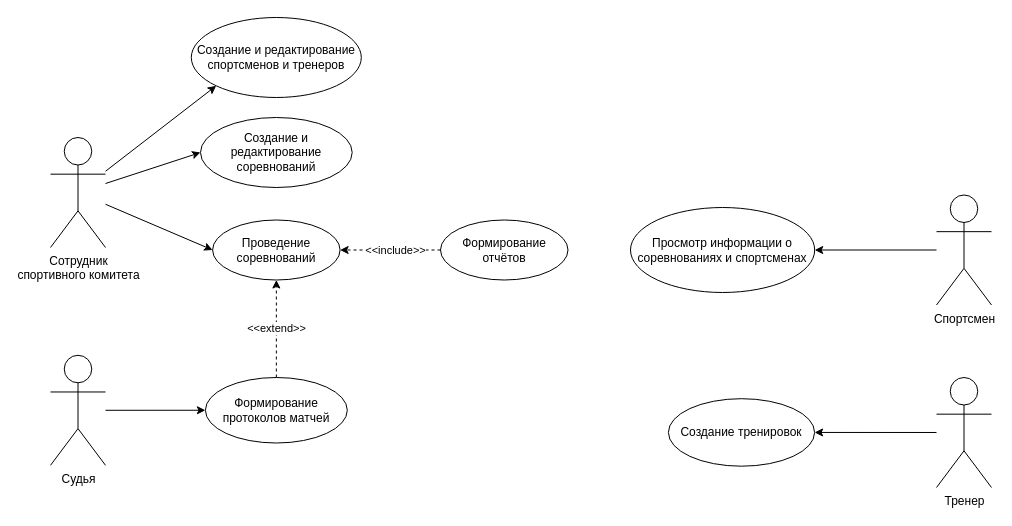
Above: page "Вариантов" (5 of 10) of Диаграммы ИС «Спортивный комитет».drawio in antonch985/Education (draw.io), before the change. Source tidied: cells renumbered, new cells numbered last; positions are measured from the earlier drawing's top-left corner, leaving out a move shared by most shapes. Both pictures are drawn from the tidied source at 100%, with x=0, y=0 at pixel (50, 17).
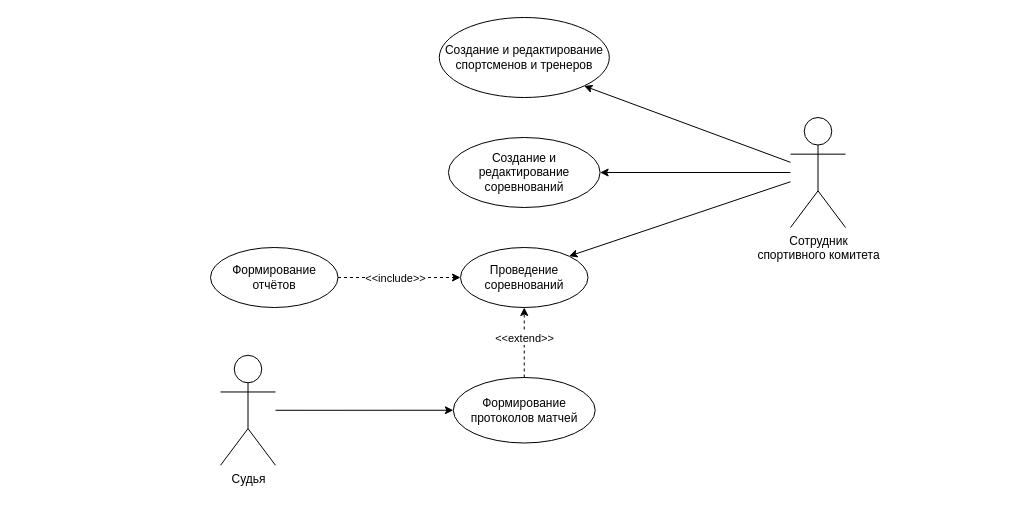
After the change.

Change to the diagram source:
```diff
@@
-    <mxCell id="2" style="rounded=0;jettySize=auto;html=1;entryX=0;entryY=1;entryDx=0;entryDy=0;" parent="1" edge="1" source="4" target="7">
+    <mxCell id="2" style="rounded=0;jettySize=auto;html=1;entryX=1;entryY=1;entryDx=0;entryDy=0;" parent="1" edge="1" source="4" target="7">
       <mxGeometry relative="1" as="geometry" />
     </mxCell>
-    <mxCell id="3" style="rounded=0;jettySize=auto;html=1;entryX=0;entryY=0.5;entryDx=0;entryDy=0;" parent="1" edge="1" source="4" target="8">
+    <mxCell id="3" style="rounded=0;jettySize=auto;html=1;entryX=1;entryY=0.5;entryDx=0;entryDy=0;" parent="1" edge="1" source="4" target="8">
       <mxGeometry relative="1" as="geometry" />
     </mxCell>
     <mxCell id="4" value="Сотрудник&lt;div&gt;спортивного комитета&lt;/div&gt;" style="shape=umlActor;verticalLabelPosition=bottom;verticalAlign=top;html=1;outlineConnect=0;" parent="1" vertex="1">
-      <mxGeometry y="120" width="55" height="110" as="geometry" />
+      <mxGeometry x="740" y="100" width="55" height="110" as="geometry" />
     </mxCell>
-    <mxCell id="5" style="rounded=0;jettySize=auto;html=1;entryX=1;entryY=0.5;entryDx=0;entryDy=0;" parent="1" edge="1" source="16" target="6">
-      <mxGeometry relative="1" as="geometry" />
-    </mxCell>
-    <mxCell id="6" value="Просмотр информации о соревнованиях и спортсменах" style="ellipse;whiteSpace=wrap;html=1;" parent="1" vertex="1">
-      <mxGeometry x="580" y="190" width="184.2" height="85" as="geometry" />
-    </mxCell>
     <mxCell id="7" value="Создание и редактирование спортсменов и тренеров" style="ellipse;whiteSpace=wrap;html=1;" parent="1" vertex="1">
-      <mxGeometry x="140.8" width="170" height="80" as="geometry" />
+      <mxGeometry x="388.8" width="170" height="80" as="geometry" />
     </mxCell>
     <mxCell id="8" value="Создание и редактирование соревнований" style="ellipse;whiteSpace=wrap;html=1;" parent="1" vertex="1">
-      <mxGeometry x="150" y="100" width="151.7" height="70" as="geometry" />
+      <mxGeometry x="397.9" y="120" width="151.7" height="70" as="geometry" />
     </mxCell>
@@
     <mxCell id="10" value="Судья" style="shape=umlActor;verticalLabelPosition=bottom;verticalAlign=top;html=1;outlineConnect=0;" parent="1" vertex="1">
-      <mxGeometry y="337.8" width="55" height="110" as="geometry" />
+      <mxGeometry x="170" y="337.8" width="55" height="110" as="geometry" />
     </mxCell>
     <mxCell id="11" value="Формирование&lt;div&gt;протоколов матчей&lt;/div&gt;" style="ellipse;whiteSpace=wrap;html=1;" parent="1" vertex="1">
-      <mxGeometry x="154.9" y="360" width="141.9" height="65.5" as="geometry" />
+      <mxGeometry x="402.8" y="360" width="141.9" height="65.5" as="geometry" />
     </mxCell>
-    <mxCell id="12" style="edgeStyle=none;rounded=0;jettySize=auto;html=1;entryX=1;entryY=0.5;entryDx=0;entryDy=0;dashed=1;" parent="1" edge="1" source="14" target="19">
+    <mxCell id="12" style="edgeStyle=none;rounded=0;jettySize=auto;html=1;entryX=0;entryY=0.5;entryDx=0;entryDy=0;dashed=1;" parent="1" edge="1" source="14" target="19">
       <mxGeometry relative="1" as="geometry" />
     </mxCell>
     <mxCell id="13" value="&amp;lt;&amp;lt;include&amp;gt;&amp;gt;" style="edgeLabel;html=1;align=center;verticalAlign=middle;" parent="12" vertex="1">
       <mxGeometry x="0.3" y="1" relative="1" as="geometry">
-        <mxPoint x="19" y="-1" as="offset" />
+        <mxPoint x="-23" y="1" as="offset" />
       </mxGeometry>
     </mxCell>
     <mxCell id="14" value="Формирование отчётов" style="ellipse;whiteSpace=wrap;html=1;" parent="1" vertex="1">
-      <mxGeometry x="390" y="202.5" width="127.5" height="60" as="geometry" />
+      <mxGeometry x="160" y="230" width="127.5" height="60" as="geometry" />
     </mxCell>
-    <mxCell id="15" style="rounded=0;jettySize=auto;html=1;entryX=0;entryY=0.5;entryDx=0;entryDy=0;" parent="1" edge="1" source="4" target="19">
+    <mxCell id="15" style="rounded=0;jettySize=auto;html=1;entryX=1;entryY=0;entryDx=0;entryDy=0;" parent="1" edge="1" source="4" target="19">
       <mxGeometry relative="1" as="geometry" />
     </mxCell>
-    <mxCell id="16" value="Спортсмен" style="shape=umlActor;verticalLabelPosition=bottom;verticalAlign=top;html=1;outlineConnect=0;" parent="1" vertex="1">
-      <mxGeometry x="886" y="177.5" width="55" height="110" as="geometry" />
-    </mxCell>
@@
     <mxCell id="19" value="Проведение соревнований" style="ellipse;whiteSpace=wrap;html=1;" parent="1" vertex="1">
-      <mxGeometry x="162.1" y="202.5" width="127.5" height="60" as="geometry" />
+      <mxGeometry x="410" y="230" width="127.5" height="60" as="geometry" />
     </mxCell>
-    <mxCell id="20" style="rounded=0;jettySize=auto;html=1;entryX=1;entryY=0.5;entryDx=0;entryDy=0;" parent="1" edge="1" source="22" target="21">
-      <mxGeometry relative="1" as="geometry" />
-    </mxCell>
-    <mxCell id="21" value="Создание тренировок" style="ellipse;whiteSpace=wrap;html=1;" parent="1" vertex="1">
-      <mxGeometry x="617.9" y="381.2" width="146.2" height="67.5" as="geometry" />
-    </mxCell>
-    <mxCell id="22" value="Тренер" style="shape=umlActor;verticalLabelPosition=bottom;verticalAlign=top;html=1;outlineConnect=0;" parent="1" vertex="1">
-      <mxGeometry x="886" y="360" width="55" height="110" as="geometry" />
-    </mxCell>
```
